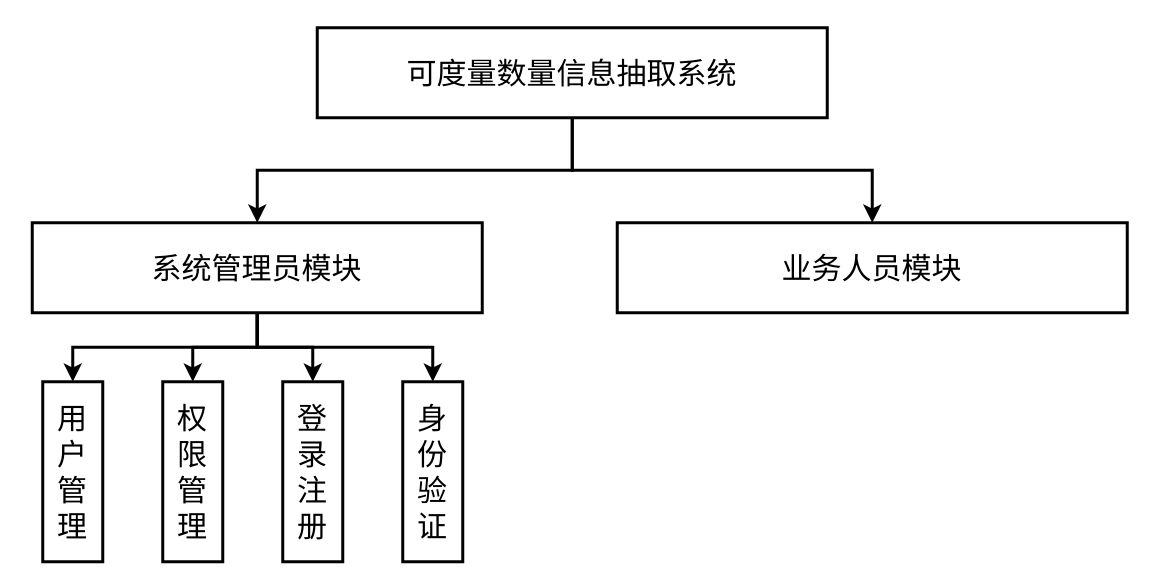
This is page "功能设计" (15 of 16) of master_paper.drawio from JJackMoO/Jackert_draw, a draw.io file, before an edit. Source tidied: cells renumbered, new cells numbered last; positions are measured from the earlier drawing's top-left corner, leaving out a move shared by most shapes. Both pictures are drawn from the tidied source at 150%, with x=0, y=0 at pixel (32, 27).
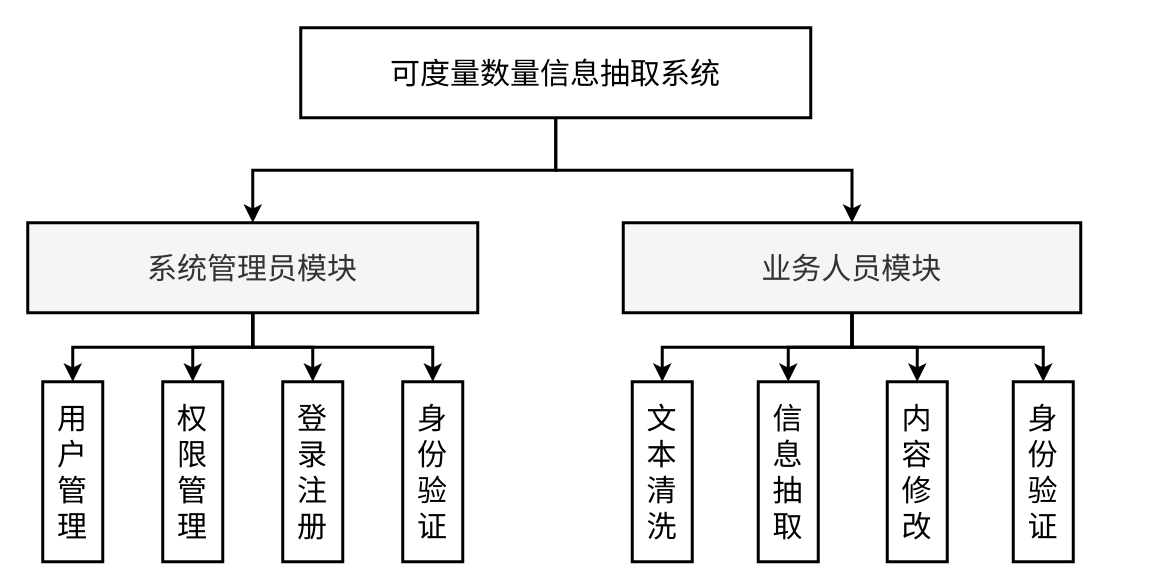
The same diagram, later.

Diff of the diagram source:
```diff
@@
     <mxCell id="4" value="&lt;font style=&quot;font-size: 20px;&quot; face=&quot;Times New Roman&quot;&gt;可度量数量信息抽取系统&lt;/font&gt;" style="rounded=0;whiteSpace=wrap;html=1;strokeWidth=2;" parent="1" vertex="1">
-      <mxGeometry x="190" width="340" height="60" as="geometry" />
+      <mxGeometry x="179" width="340" height="60" as="geometry" />
     </mxCell>
@@
-    <mxCell id="9" value="&lt;font style=&quot;font-size: 20px;&quot; face=&quot;Times New Roman&quot;&gt;系统管理员模块&lt;/font&gt;" style="rounded=0;whiteSpace=wrap;html=1;strokeWidth=2;" parent="1" vertex="1">
-      <mxGeometry y="130" width="300" height="60" as="geometry" />
+    <mxCell id="9" value="&lt;font style=&quot;font-size: 20px;&quot; face=&quot;Times New Roman&quot;&gt;系统管理员模块&lt;/font&gt;" style="rounded=0;whiteSpace=wrap;html=1;strokeWidth=2;fillColor=#f5f5f5;fontColor=#333333;strokeColor=#000000;" parent="1" vertex="1">
+      <mxGeometry x="-3" y="130" width="300" height="60" as="geometry" />
     </mxCell>
+    <mxCell id="15" style="edgeStyle=orthogonalEdgeStyle;rounded=0;jettySize=auto;html=1;exitX=0.5;exitY=1;exitDx=0;exitDy=0;entryX=0.5;entryY=0;entryDx=0;entryDy=0;strokeWidth=2;" parent="1" edge="1" source="10" target="22">
+      <mxGeometry relative="1" as="geometry" />
+    </mxCell>
+    <mxCell id="16" style="edgeStyle=orthogonalEdgeStyle;rounded=0;jettySize=auto;html=1;exitX=0.5;exitY=1;exitDx=0;exitDy=0;entryX=0.5;entryY=0;entryDx=0;entryDy=0;strokeWidth=2;" parent="1" edge="1" source="10" target="21">
+      <mxGeometry relative="1" as="geometry" />
+    </mxCell>
+    <mxCell id="17" style="edgeStyle=orthogonalEdgeStyle;rounded=0;jettySize=auto;html=1;exitX=0.5;exitY=1;exitDx=0;exitDy=0;entryX=0.5;entryY=0;entryDx=0;entryDy=0;strokeWidth=2;" parent="1" edge="1" source="10" target="20">
+      <mxGeometry relative="1" as="geometry" />
+    </mxCell>
+    <mxCell id="18" style="edgeStyle=orthogonalEdgeStyle;rounded=0;jettySize=auto;html=1;exitX=0.5;exitY=1;exitDx=0;exitDy=0;entryX=0.5;entryY=0;entryDx=0;entryDy=0;strokeWidth=2;" parent="1" edge="1" source="10" target="19">
+      <mxGeometry relative="1" as="geometry" />
+    </mxCell>
-    <mxCell id="10" value="&lt;font style=&quot;font-size: 20px;&quot; face=&quot;Times New Roman&quot;&gt;业务人员模块&lt;/font&gt;" style="rounded=0;whiteSpace=wrap;html=1;strokeWidth=2;" parent="1" vertex="1">
-      <mxGeometry x="390" y="130" width="340" height="60" as="geometry" />
+    <mxCell id="10" value="&lt;font style=&quot;font-size: 20px;&quot; face=&quot;Times New Roman&quot;&gt;业务人员模块&lt;/font&gt;" style="rounded=0;whiteSpace=wrap;html=1;strokeWidth=2;fillColor=#f5f5f5;fontColor=#333333;strokeColor=#000000;" parent="1" vertex="1">
+      <mxGeometry x="394" y="130" width="305" height="60" as="geometry" />
     </mxCell>
@@
+    <mxCell id="19" value="&lt;font face=&quot;Times New Roman&quot;&gt;&lt;span style=&quot;font-size: 20px;&quot;&gt;身份验证&lt;/span&gt;&lt;/font&gt;" style="rounded=0;whiteSpace=wrap;html=1;strokeWidth=2;" parent="1" vertex="1">
+      <mxGeometry x="654" y="236" width="40" height="120" as="geometry" />
+    </mxCell>
+    <mxCell id="20" value="&lt;font face=&quot;Times New Roman&quot;&gt;&lt;span style=&quot;font-size: 20px;&quot;&gt;内容修改&lt;/span&gt;&lt;/font&gt;" style="rounded=0;whiteSpace=wrap;html=1;strokeWidth=2;" parent="1" vertex="1">
+      <mxGeometry x="570" y="236" width="40" height="120" as="geometry" />
+    </mxCell>
+    <mxCell id="21" value="&lt;font face=&quot;Times New Roman&quot;&gt;&lt;span style=&quot;font-size: 20px;&quot;&gt;信息抽取&lt;/span&gt;&lt;/font&gt;" style="rounded=0;whiteSpace=wrap;html=1;strokeWidth=2;" parent="1" vertex="1">
+      <mxGeometry x="484" y="236" width="40" height="120" as="geometry" />
+    </mxCell>
+    <mxCell id="22" value="&lt;font face=&quot;Times New Roman&quot;&gt;&lt;span style=&quot;font-size: 20px;&quot;&gt;文本清洗&lt;/span&gt;&lt;/font&gt;" style="rounded=0;whiteSpace=wrap;html=1;strokeWidth=2;" parent="1" vertex="1">
+      <mxGeometry x="400" y="236" width="40" height="120" as="geometry" />
+    </mxCell>
```
